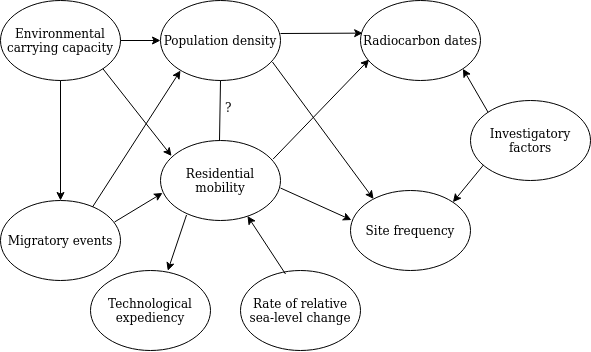
Before: figures/dag_paper4.png, a diagram exported from draw.io (isakro/thesis). Source tidied: cells renumbered, new cells last; positions are measured from the earlier drawing's top-left corner, leaving out a move shared by most shapes.
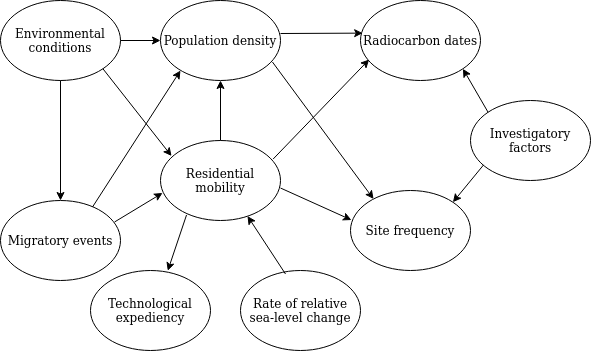
Later version of the same file.

Diff of the diagram source:
```diff
@@ -51,7 +51,7 @@
     <mxCell id="16" value="&lt;div&gt;Technological&lt;/div&gt;&lt;div&gt;expediency&lt;br&gt;&lt;/div&gt;" style="ellipse;whiteSpace=wrap;html=1;" parent="1" vertex="1">
       <mxGeometry x="90" y="270" width="120" height="80" as="geometry" />
     </mxCell>
-    <mxCell id="17" value="Environmental carrying capacity" style="ellipse;whiteSpace=wrap;html=1;" parent="1" vertex="1">
+    <mxCell id="17" value="Environmental conditions" style="ellipse;whiteSpace=wrap;html=1;" parent="1" vertex="1">
       <mxGeometry width="120" height="80" as="geometry" />
     </mxCell>
     <mxCell id="18" style="endArrow=classic;html=1;rounded=0;entryX=0.092;entryY=0.194;entryDx=0;entryDy=0;entryPerimeter=0;exitX=1;exitY=1;exitDx=0;exitDy=0;" parent="1" edge="1" source="17" target="3">
@@ -66,15 +66,6 @@
     <mxCell id="20" style="endArrow=classic;html=1;rounded=0;exitX=0.5;exitY=1;exitDx=0;exitDy=0;entryX=0.5;entryY=0;entryDx=0;entryDy=0;" parent="1" edge="1" source="17" target="13">
       <mxGeometry relative="1" as="geometry" />
     </mxCell>
-    <mxCell id="21" value="?" style="text;html=1;strokeColor=none;fillColor=none;spacing=5;spacingTop=-20;whiteSpace=wrap;overflow=hidden;rounded=0;" parent="1" vertex="1">
-      <mxGeometry x="220" y="110" width="30" height="20" as="geometry" />
-    </mxCell>
-    <mxCell id="22" style="endArrow=none;html=1;rounded=0;endFill=0;" parent="1" edge="1">
-      <mxGeometry relative="1" as="geometry">
-        <mxPoint x="219" y="140" as="sourcePoint" />
-        <mxPoint x="220" y="80" as="targetPoint" />
-      </mxGeometry>
-    </mxCell>
     <mxCell id="23" value="Investigatory factors" style="ellipse;whiteSpace=wrap;html=1;" parent="1" vertex="1">
       <mxGeometry x="470" y="100" width="120" height="80" as="geometry" />
     </mxCell>
@@ -84,5 +75,8 @@
     <mxCell id="25" style="endArrow=classic;html=1;rounded=0;entryX=1;entryY=0;entryDx=0;entryDy=0;exitX=0.109;exitY=0.805;exitDx=0;exitDy=0;exitPerimeter=0;" parent="1" edge="1" source="23" target="4">
       <mxGeometry relative="1" as="geometry" />
     </mxCell>
+    <mxCell id="26" style="endArrow=classic;html=1;rounded=0;exitX=0.5;exitY=0;exitDx=0;exitDy=0;entryX=0.5;entryY=1;entryDx=0;entryDy=0;" parent="1" edge="1" source="3" target="2">
+      <mxGeometry relative="1" as="geometry" />
+    </mxCell>
   </root>
 </mxGraphModel>
```
